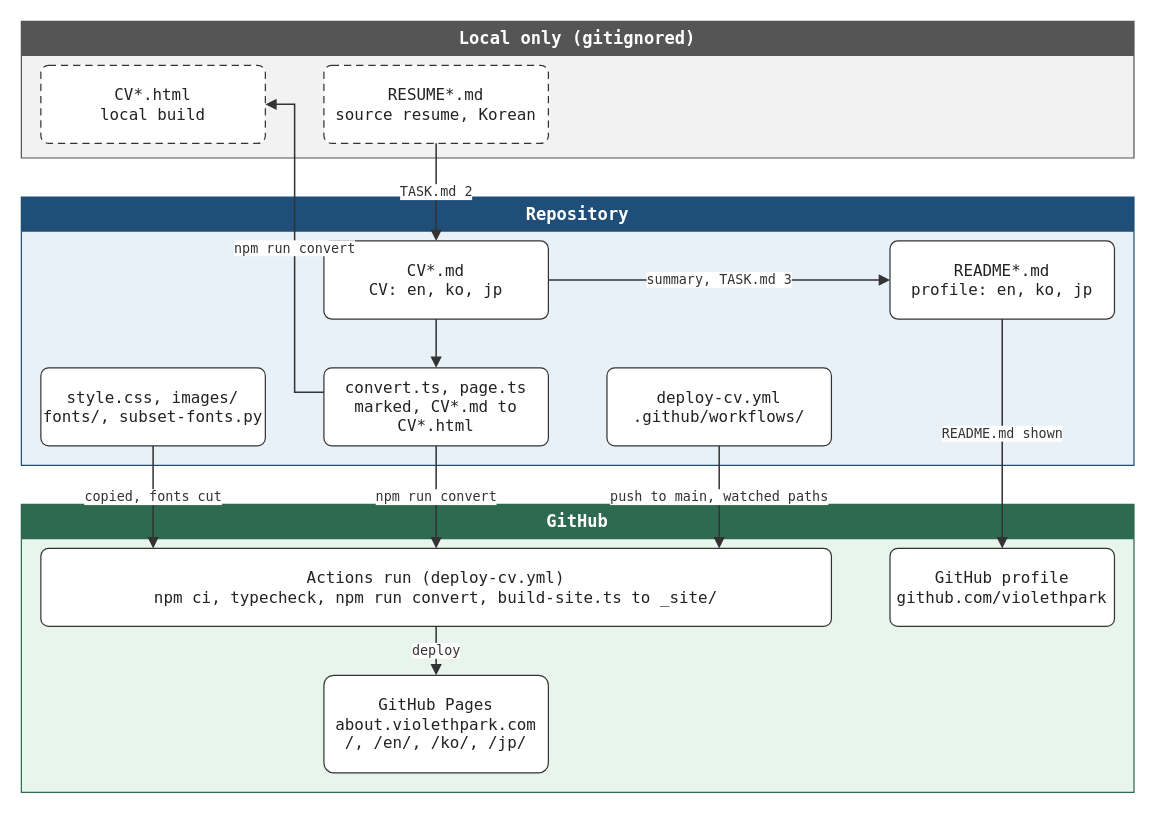
violethpark/violethpark keeps this draw.io diagram as diagrams/repo-structure.drawio. Above is the earlier version. Source tidied: cells renumbered, new cells numbered last; positions are measured from the earlier drawing's top-left corner, leaving out a move shared by most shapes. Both pictures are drawn from the tidied source at 122%, with x=0, y=0 at pixel (21, 21).
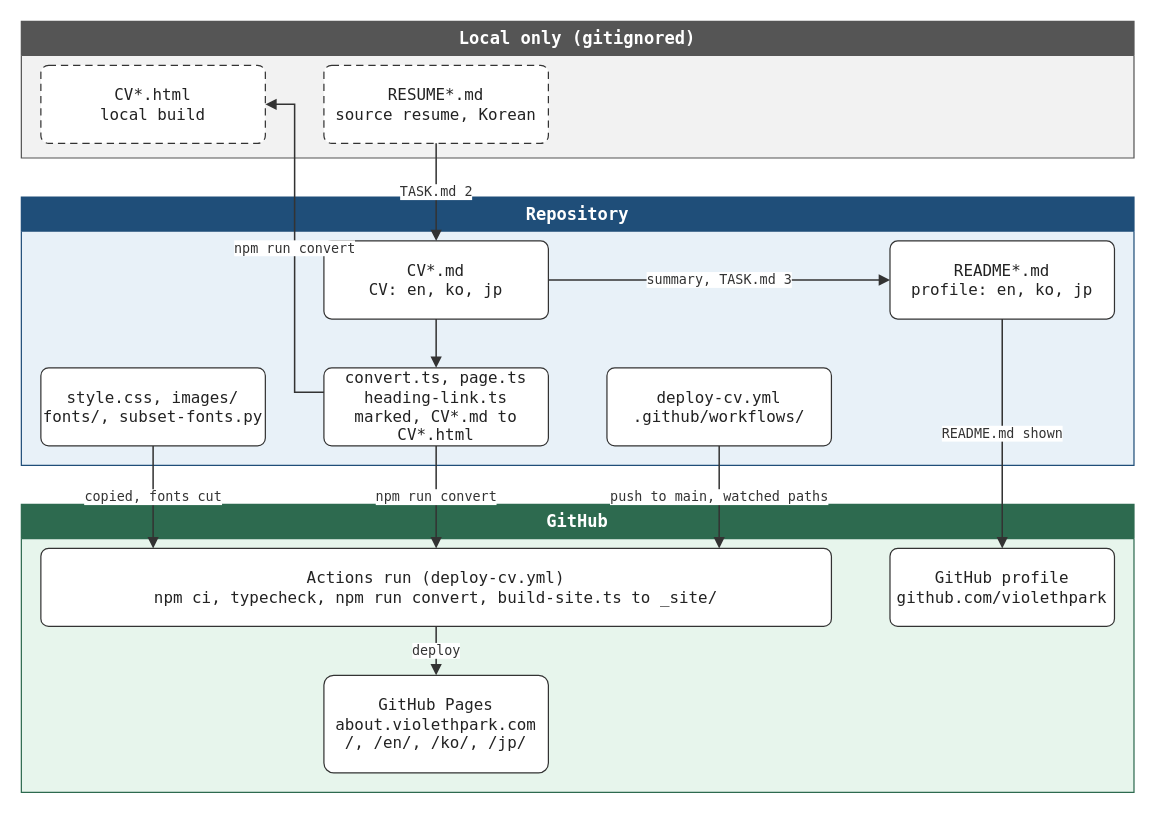
Above is the later version.

Commit message (it also covers changes not shown here):
ci: heading-link.ts가 바뀌어도 사이트를 다시 배포한다 (#22)

The change refers to these unchanged cells:
```xml
<mxCell id="3" value="Repository" style="swimlane;html=1;startSize=28;fontStyle=1;fontSize=14;fontFamily=Sarasa Mono Slab J,Sarasa Mono Slab K,monospace;align=center;verticalAlign=middle;fillColor=light-dark(#1F4E79,#9CC8F0);fontColor=light-dark(#FFFFFF,#000000);strokeColor=light-dark(#1F4E79,#9CC8F0);swimlaneFillColor=light-dark(#E8F1F8,#000000);rounded=0;whiteSpace=wrap;" parent="1" vertex="1">
  <mxGeometry y="144" width="912" height="220" as="geometry" />
</mxCell>
```

Diff of the diagram source:
```diff
@@
-    <mxCell id="10" value="convert.ts, page.ts&#10;marked, CV*.md to CV*.html" style="rounded=1;whiteSpace=wrap;html=1;align=center;verticalAlign=middle;fontSize=13;fontFamily=Sarasa Mono Slab J,Sarasa Mono Slab K,monospace;fontColor=light-dark(#222222,#F5F5F5);fillColor=light-dark(#FFFFFF,#000000);strokeColor=light-dark(#333333,#F0F0F0);arcSize=10;" parent="3" vertex="1">
+    <mxCell id="10" value="convert.ts, page.ts&#10;heading-link.ts&#10;marked, CV*.md to CV*.html" style="rounded=1;whiteSpace=wrap;html=1;align=center;verticalAlign=middle;fontSize=13;fontFamily=Sarasa Mono Slab J,Sarasa Mono Slab K,monospace;fontColor=light-dark(#222222,#F5F5F5);fillColor=light-dark(#FFFFFF,#000000);strokeColor=light-dark(#333333,#F0F0F0);arcSize=10;" parent="3" vertex="1">
       <mxGeometry x="248" y="140" width="184" height="64" as="geometry" />
     </mxCell>
```
